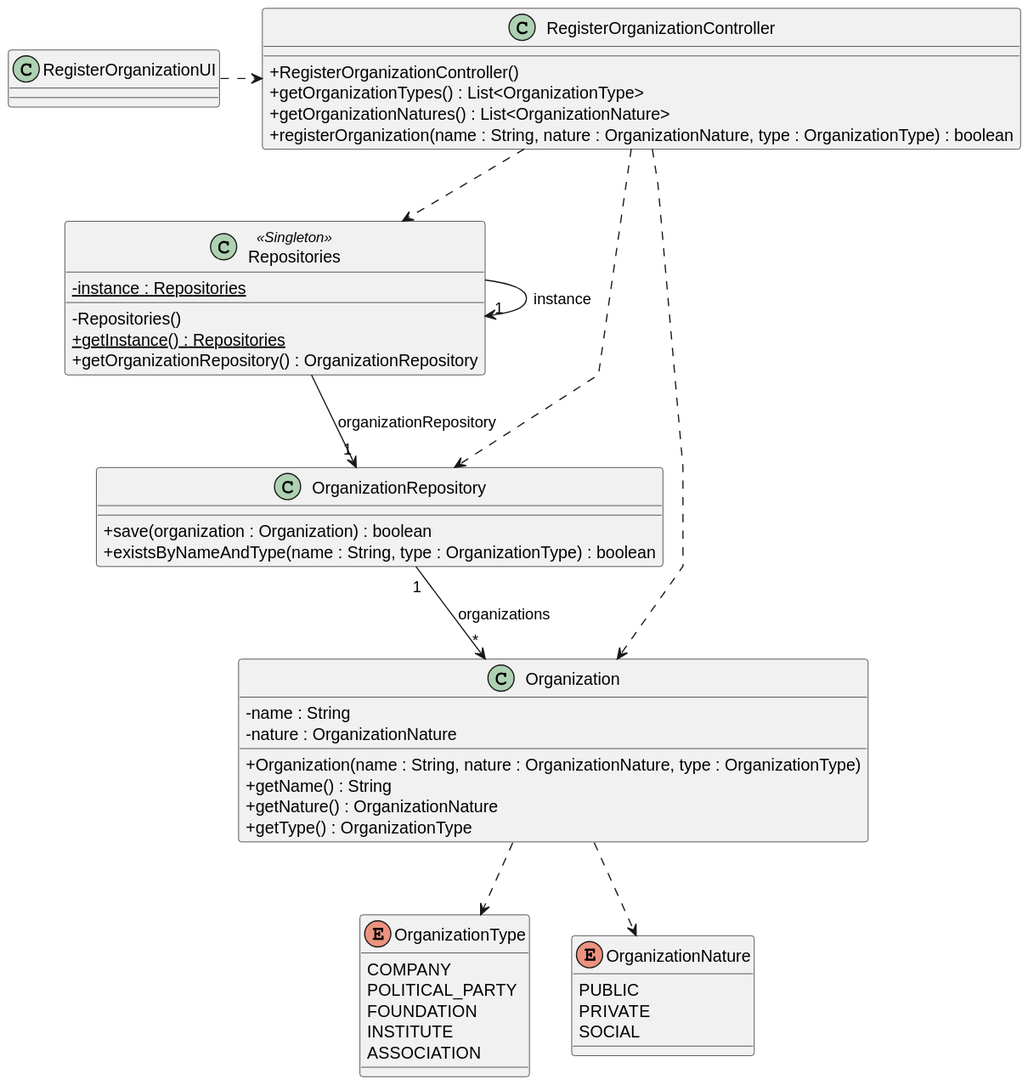
Above: docs/system-documentation/US04/03.design/svg/US04-CD.svg in brunodspinto/crystal-clear-platform (PlantUML), before the change. Its source is kept beside it as docs/system-documentation/US04/03.design/puml/US04-CD.puml.
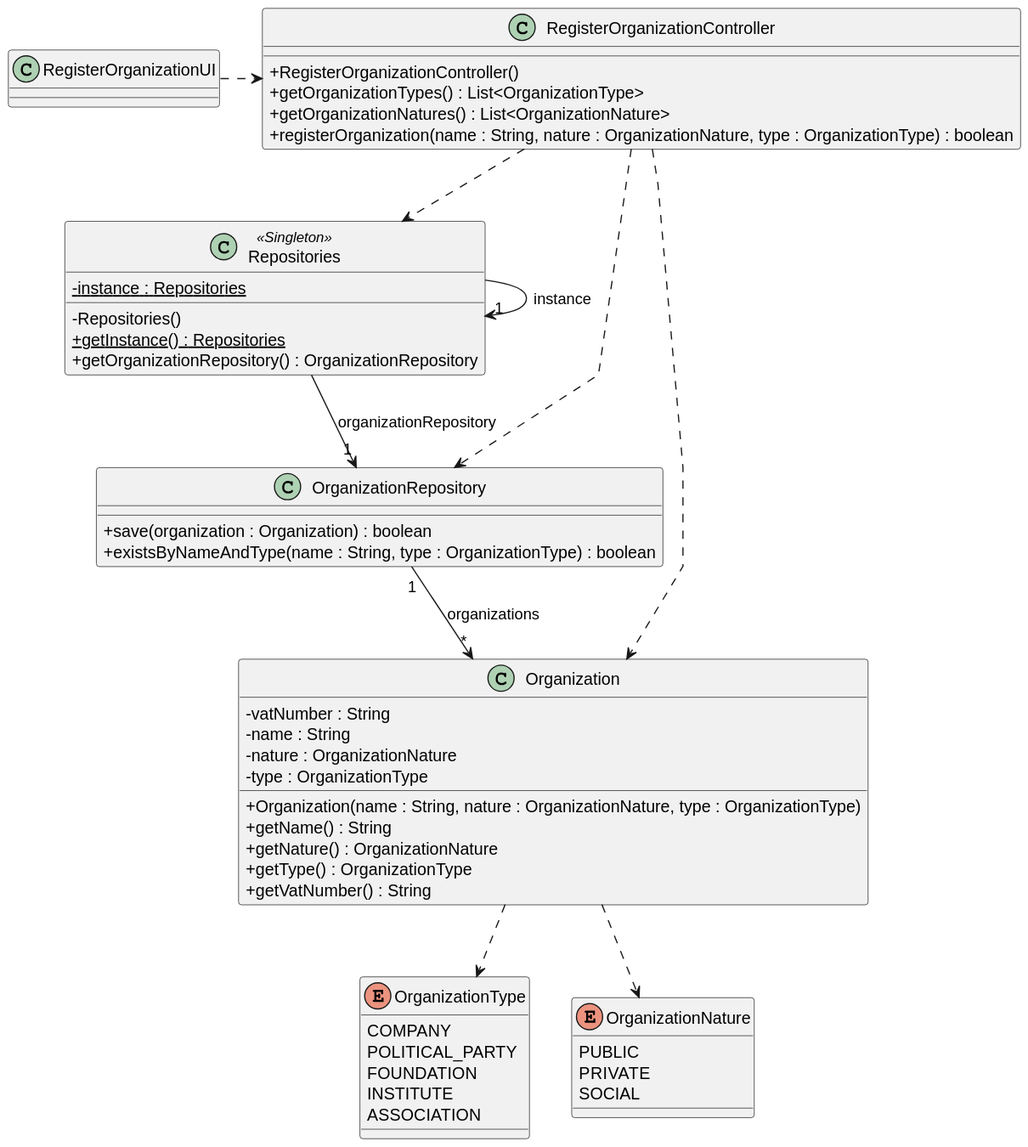
The same file after the commit.

What changed in the source:
```diff
@@ -27,12 +27,15 @@
 }
 
 class Organization {
+    - vatNumber : String
     - name : String
     - nature : OrganizationNature
+    - type : OrganizationType
     + Organization(name : String, nature : OrganizationNature, type : OrganizationType)
     + getName() : String
     + getNature() : OrganizationNature
     + getType() : OrganizationType
+    + getVatNumber() : String
 }
 
 enum OrganizationType {
```
